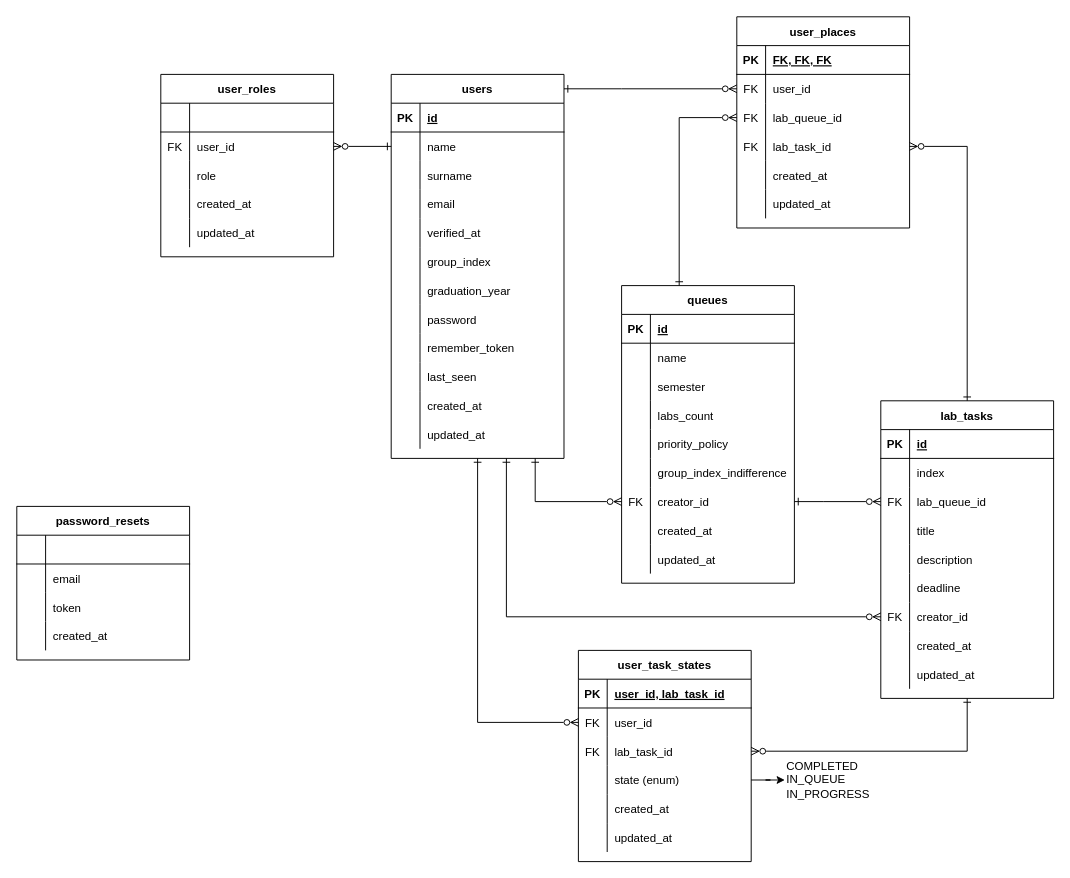
Above: page "database" (3 of 4) of docs/database.drawio in RullDeef/queaver (draw.io), before the change. Source tidied: cells renumbered, new cells numbered last; positions are measured from the earlier drawing's top-left corner, leaving out a move shared by most shapes. Both pictures are drawn from the tidied source at 96%, with x=0, y=0 at pixel (16, 16).
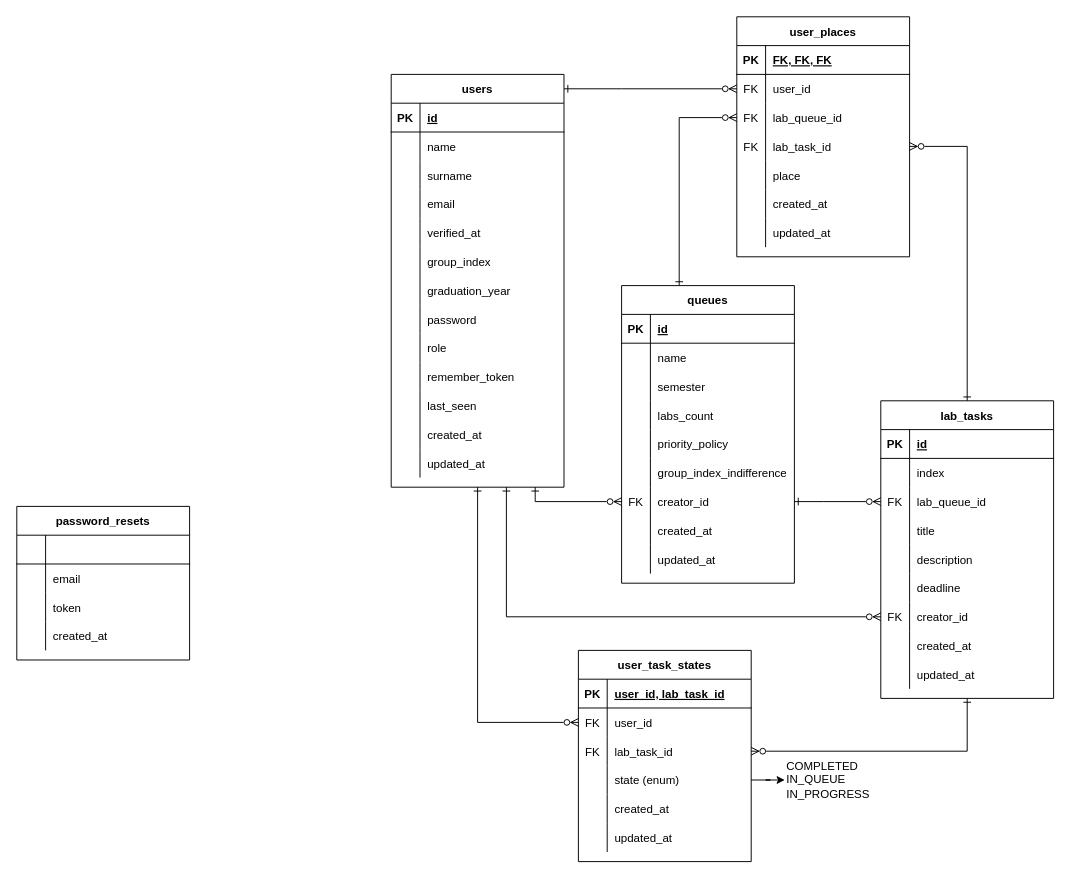
The same page after the edit.

Unchanged cells that the change refers to:
```xml
<mxCell id="112" style="shape=tableRow;horizontal=0;startSize=0;swimlaneHead=0;swimlaneBody=0;fillColor=none;top=0;left=0;right=0;bottom=0;" parent="99" vertex="1">
  <mxGeometry y="150" width="180" height="30" as="geometry" />
</mxCell>
```

Change to the diagram source:
```diff
@@
     <mxCell id="4" value="users" style="shape=table;startSize=30;childLayout=tableLayout;rowLines=0;fontStyle=1;align=center;" parent="1" vertex="1">
-      <mxGeometry x="390" y="60" width="180" height="400" as="geometry" />
+      <mxGeometry x="390" y="60" width="180" height="430" as="geometry" />
     </mxCell>
@@
+    <mxCell id="173" style="shape=tableRow;horizontal=0;startSize=0;swimlaneHead=0;swimlaneBody=0;fillColor=none;top=0;left=0;right=0;bottom=0;" parent="4" vertex="1">
+      <mxGeometry y="270" width="180" height="30" as="geometry" />
+    </mxCell>
+    <mxCell id="174" style="shape=partialRectangle;fillColor=none;top=0;left=0;bottom=0;right=0;overflow=hidden;" parent="173" vertex="1">
+      <mxGeometry width="30" height="30" as="geometry" />
+    </mxCell>
+    <mxCell id="92" value="role" style="shape=partialRectangle;fillColor=none;top=0;left=0;bottom=0;right=0;align=left;spacingLeft=6;overflow=hidden;" parent="173" vertex="1">
+      <mxGeometry x="30" width="150" height="30" as="geometry" />
+    </mxCell>
     <mxCell id="29" style="shape=tableRow;horizontal=0;startSize=0;swimlaneHead=0;swimlaneBody=0;fillColor=none;top=0;left=0;right=0;bottom=0;" parent="4" vertex="1">
-      <mxGeometry y="270" width="180" height="30" as="geometry" />
+      <mxGeometry y="300" width="180" height="30" as="geometry" />
     </mxCell>
@@
     <mxCell id="32" style="shape=tableRow;horizontal=0;startSize=0;swimlaneHead=0;swimlaneBody=0;fillColor=none;top=0;left=0;right=0;bottom=0;" parent="4" vertex="1">
-      <mxGeometry y="300" width="180" height="30" as="geometry" />
+      <mxGeometry y="330" width="180" height="30" as="geometry" />
     </mxCell>
@@
     <mxCell id="35" style="shape=tableRow;horizontal=0;startSize=0;swimlaneHead=0;swimlaneBody=0;fillColor=none;top=0;left=0;right=0;bottom=0;" parent="4" vertex="1">
-      <mxGeometry y="330" width="180" height="30" as="geometry" />
+      <mxGeometry y="360" width="180" height="30" as="geometry" />
     </mxCell>
@@
     <mxCell id="38" style="shape=tableRow;horizontal=0;startSize=0;swimlaneHead=0;swimlaneBody=0;fillColor=none;top=0;left=0;right=0;bottom=0;" parent="4" vertex="1">
-      <mxGeometry y="360" width="180" height="30" as="geometry" />
+      <mxGeometry y="390" width="180" height="30" as="geometry" />
     </mxCell>
@@
-    <mxCell id="82" style="edgeStyle=orthogonalEdgeStyle;rounded=0;jettySize=auto;html=1;startArrow=ERone;startFill=0;endArrow=ERzeroToMany;endFill=0;" parent="1" edge="1" source="4" target="87">
-      <mxGeometry relative="1" as="geometry">
-        <Array as="points">
-          <mxPoint x="370" y="135" />
-          <mxPoint x="370" y="135" />
-        </Array>
-      </mxGeometry>
-    </mxCell>
-    <mxCell id="83" value="user_roles" style="shape=table;startSize=30;childLayout=tableLayout;rowLines=0;fontStyle=1;align=center;" parent="1" vertex="1">
-      <mxGeometry x="150" y="60" width="180" height="190" as="geometry" />
-    </mxCell>
-    <mxCell id="84" style="shape=tableRow;horizontal=0;startSize=0;swimlaneHead=0;swimlaneBody=0;fillColor=none;top=0;left=0;right=0;bottom=1;" parent="83" vertex="1">
-      <mxGeometry y="30" width="180" height="30" as="geometry" />
-    </mxCell>
-    <mxCell id="85" style="shape=partialRectangle;fillColor=none;top=0;left=0;bottom=0;right=0;fontStyle=1;overflow=hidden;" parent="84" vertex="1">
-      <mxGeometry width="30" height="30" as="geometry" />
-    </mxCell>
-    <mxCell id="86" style="shape=partialRectangle;fillColor=none;top=0;left=0;bottom=0;right=0;align=left;spacingLeft=6;fontStyle=5;overflow=hidden;" parent="84" vertex="1">
-      <mxGeometry x="30" width="150" height="30" as="geometry" />
-    </mxCell>
-    <mxCell id="87" style="shape=tableRow;horizontal=0;startSize=0;swimlaneHead=0;swimlaneBody=0;fillColor=none;points=[[0,0.5],[1,0.5]];portConstraint=eastwest;top=0;left=0;right=0;bottom=0;" parent="83" vertex="1">
-      <mxGeometry y="60" width="180" height="30" as="geometry" />
-    </mxCell>
-    <mxCell id="88" value="FK" style="shape=partialRectangle;fillColor=none;top=0;left=0;bottom=0;right=0;overflow=hidden;" parent="87" vertex="1">
-      <mxGeometry width="30" height="30" as="geometry" />
-    </mxCell>
-    <mxCell id="89" value="user_id" style="shape=partialRectangle;fillColor=none;top=0;left=0;bottom=0;right=0;align=left;spacingLeft=6;overflow=hidden;" parent="87" vertex="1">
-      <mxGeometry x="30" width="150" height="30" as="geometry" />
-    </mxCell>
-    <mxCell id="90" style="shape=tableRow;horizontal=0;startSize=0;swimlaneHead=0;swimlaneBody=0;fillColor=none;top=0;left=0;right=0;bottom=0;" parent="83" vertex="1">
-      <mxGeometry y="90" width="180" height="30" as="geometry" />
-    </mxCell>
-    <mxCell id="91" style="shape=partialRectangle;fillColor=none;top=0;left=0;bottom=0;right=0;overflow=hidden;" parent="90" vertex="1">
-      <mxGeometry width="30" height="30" as="geometry" />
-    </mxCell>
-    <mxCell id="92" value="role" style="shape=partialRectangle;fillColor=none;top=0;left=0;bottom=0;right=0;align=left;spacingLeft=6;overflow=hidden;" parent="90" vertex="1">
-      <mxGeometry x="30" width="150" height="30" as="geometry" />
-    </mxCell>
-    <mxCell id="93" style="shape=tableRow;horizontal=0;startSize=0;swimlaneHead=0;swimlaneBody=0;fillColor=none;top=0;left=0;right=0;bottom=0;" parent="83" vertex="1">
-      <mxGeometry y="120" width="180" height="30" as="geometry" />
-    </mxCell>
-    <mxCell id="94" style="shape=partialRectangle;fillColor=none;top=0;left=0;bottom=0;right=0;overflow=hidden;" parent="93" vertex="1">
-      <mxGeometry width="30" height="30" as="geometry" />
-    </mxCell>
-    <mxCell id="95" value="created_at" style="shape=partialRectangle;fillColor=none;top=0;left=0;bottom=0;right=0;align=left;spacingLeft=6;overflow=hidden;" parent="93" vertex="1">
-      <mxGeometry x="30" width="150" height="30" as="geometry" />
-    </mxCell>
-    <mxCell id="96" style="shape=tableRow;horizontal=0;startSize=0;swimlaneHead=0;swimlaneBody=0;fillColor=none;top=0;left=0;right=0;bottom=0;" parent="83" vertex="1">
-      <mxGeometry y="150" width="180" height="30" as="geometry" />
-    </mxCell>
-    <mxCell id="97" style="shape=partialRectangle;fillColor=none;top=0;left=0;bottom=0;right=0;overflow=hidden;" parent="96" vertex="1">
-      <mxGeometry width="30" height="30" as="geometry" />
-    </mxCell>
-    <mxCell id="98" value="updated_at" style="shape=partialRectangle;fillColor=none;top=0;left=0;bottom=0;right=0;align=left;spacingLeft=6;overflow=hidden;" parent="96" vertex="1">
-      <mxGeometry x="30" width="150" height="30" as="geometry" />
-    </mxCell>
     <mxCell id="99" value="user_places" style="shape=table;startSize=30;childLayout=tableLayout;rowLines=0;fontStyle=1;align=center;" parent="1" vertex="1">
-      <mxGeometry x="750" width="180" height="220" as="geometry" />
+      <mxGeometry x="750" width="180" height="250" as="geometry" />
     </mxCell>
@@
-    <mxCell id="114" value="created_at" style="shape=partialRectangle;fillColor=none;top=0;left=0;bottom=0;right=0;align=left;spacingLeft=6;overflow=hidden;" parent="112" vertex="1">
+    <mxCell id="114" value="place" style="shape=partialRectangle;fillColor=none;top=0;left=0;bottom=0;right=0;align=left;spacingLeft=6;overflow=hidden;" parent="112" vertex="1">
       <mxGeometry x="30" width="150" height="30" as="geometry" />
     </mxCell>
+    <mxCell id="175" style="shape=tableRow;horizontal=0;startSize=0;swimlaneHead=0;swimlaneBody=0;fillColor=none;top=0;left=0;right=0;bottom=0;" parent="99" vertex="1">
+      <mxGeometry y="180" width="180" height="30" as="geometry" />
+    </mxCell>
+    <mxCell id="176" style="shape=partialRectangle;fillColor=none;top=0;left=0;bottom=0;right=0;overflow=hidden;" parent="175" vertex="1">
+      <mxGeometry width="30" height="30" as="geometry" />
+    </mxCell>
+    <mxCell id="95" value="created_at" style="shape=partialRectangle;fillColor=none;top=0;left=0;bottom=0;right=0;align=left;spacingLeft=6;overflow=hidden;" parent="175" vertex="1">
+      <mxGeometry x="30" width="150" height="30" as="geometry" />
+    </mxCell>
     <mxCell id="115" style="shape=tableRow;horizontal=0;startSize=0;swimlaneHead=0;swimlaneBody=0;fillColor=none;top=0;left=0;right=0;bottom=0;" parent="99" vertex="1">
-      <mxGeometry y="180" width="180" height="30" as="geometry" />
+      <mxGeometry y="210" width="180" height="30" as="geometry" />
     </mxCell>
```
